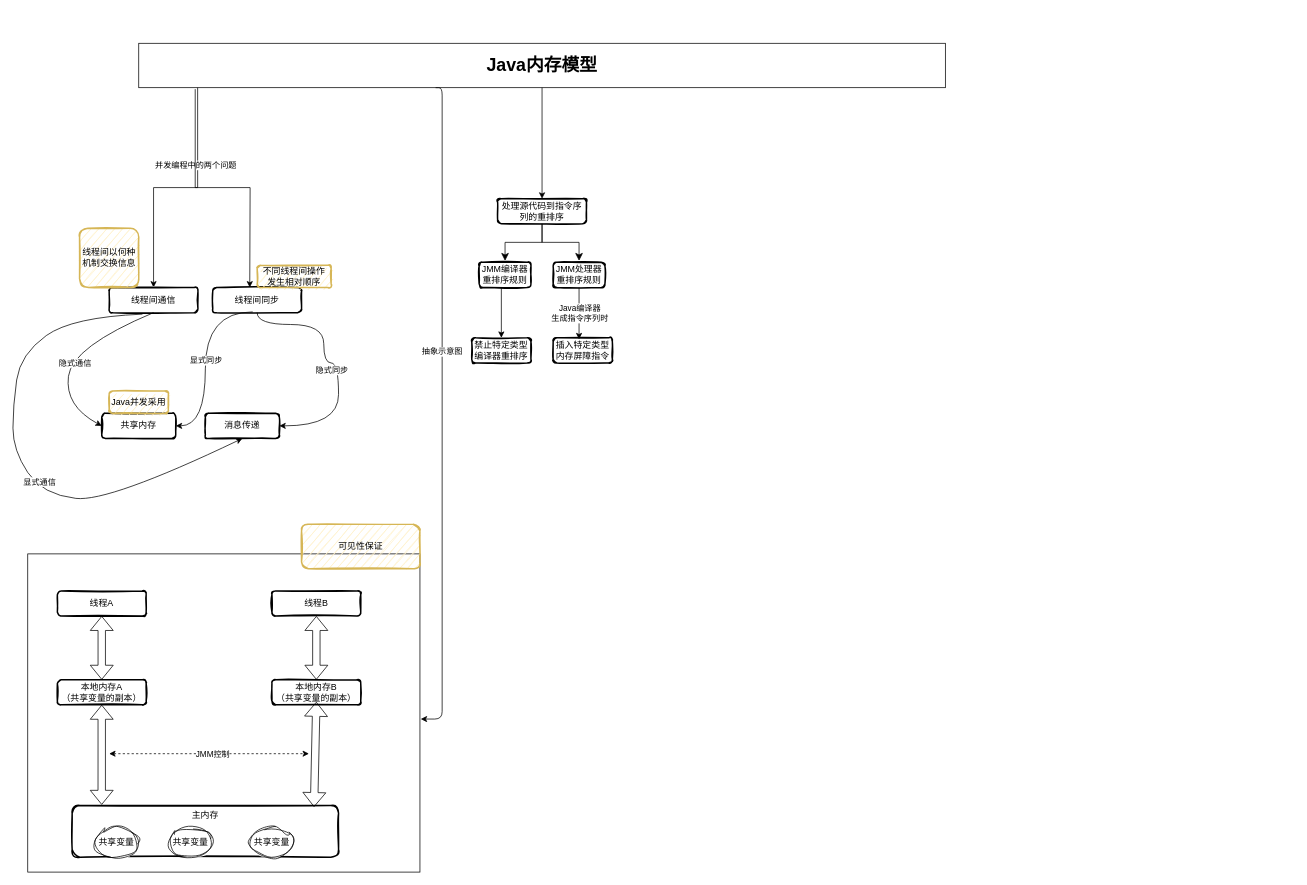
Before: 未命名绘图.drawio in dacchen123/pdf, a draw.io diagram. Source tidied: cells renumbered, new cells numbered last; positions are measured from the earlier drawing's top-left corner, leaving out a move shared by most shapes. Both pictures are drawn from the tidied source at 74%, with x=0, y=0 at pixel (13, 43).
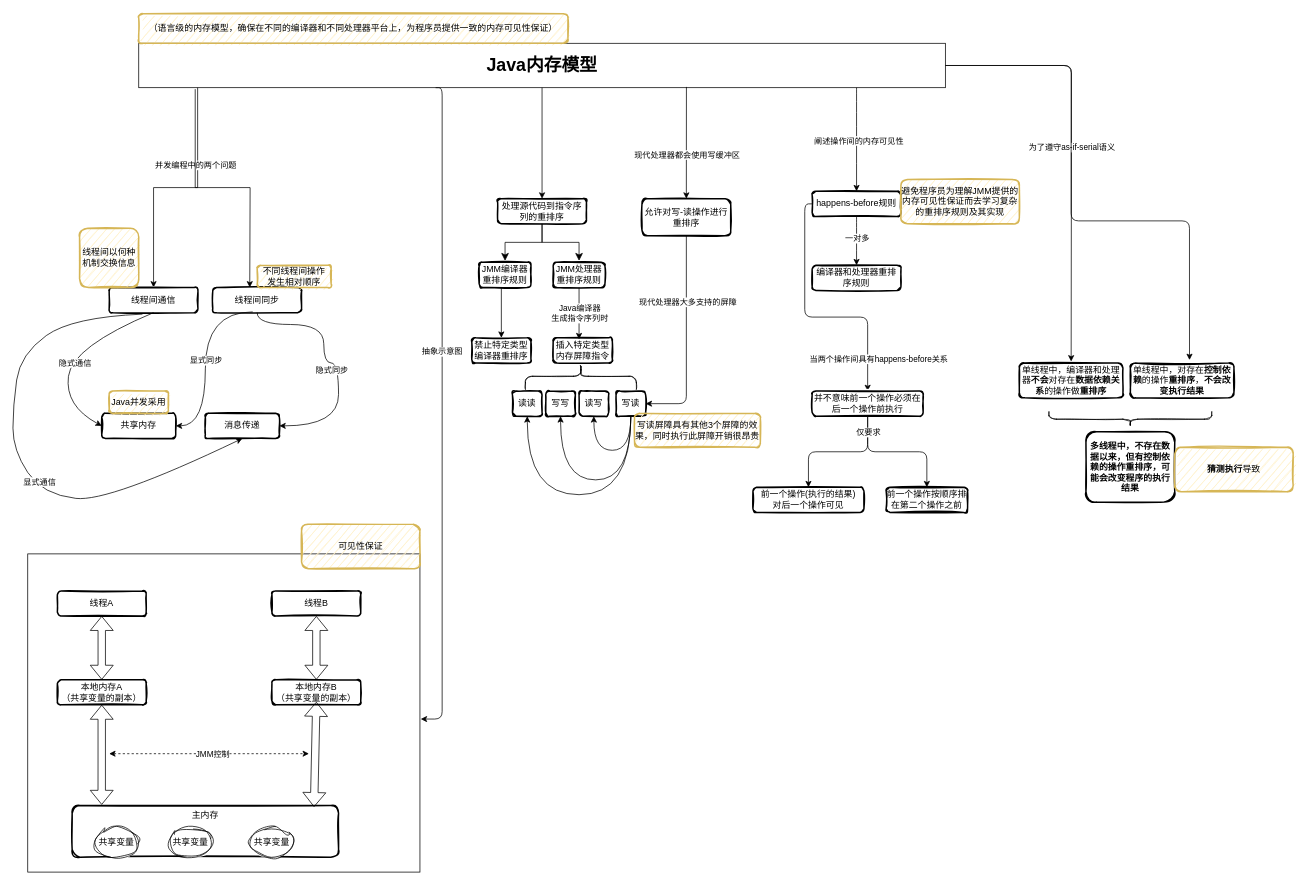
Above is the later version.

Commit message:
顺序一致性模型

Unchanged cells that the change refers to:
```xml
<mxCell id="2" value="&lt;h1&gt;Java内存模型&lt;/h1&gt;" style="rounded=0;whiteSpace=wrap;html=1;" parent="1" vertex="1">
  <mxGeometry x="170" width="1090" height="60" as="geometry" />
</mxCell>
```

What changed in the source:
```diff
@@
+    <mxCell id="50" value="&lt;p style=&quot;border-color: var(--border-color);&quot;&gt;（语言级的内存模型，确保在不同的编译器和不同处理器平台上，为程序员提供一致的内存可见性保证）&lt;/p&gt;" style="whiteSpace=wrap;html=1;rounded=1;sketch=1;fillColor=#fff2cc;strokeColor=#d6b656;strokeWidth=2;" parent="1" vertex="1">
+      <mxGeometry x="170" y="-40" width="580" height="40" as="geometry" />
+    </mxCell>
+    <mxCell id="51" style="endArrow=classic;html=1;exitX=0.679;exitY=0.983;exitDx=0;exitDy=0;exitPerimeter=0;entryX=0.5;entryY=0;entryDx=0;entryDy=0;" parent="1" edge="1" source="2" target="53">
+      <mxGeometry relative="1" as="geometry" />
+    </mxCell>
+    <mxCell id="52" value="现代处理器都会使用写缓冲区" style="edgeLabel;html=1;align=center;verticalAlign=middle;" parent="51" vertex="1">
+      <mxGeometry x="-0.35" y="2" relative="1" as="geometry">
+        <mxPoint x="-2" y="43" as="offset" />
+      </mxGeometry>
+    </mxCell>
+    <mxCell id="53" value="允许对写-读操作进行重排序" style="rounded=1;whiteSpace=wrap;html=1;strokeWidth=2;sketch=1;" parent="1" vertex="1">
+      <mxGeometry x="850" y="210" width="120" height="50" as="geometry" />
+    </mxCell>
+    <mxCell id="54" style="shape=curlyBracket;whiteSpace=wrap;html=1;rounded=1;flipH=1;labelPosition=right;verticalLabelPosition=middle;align=left;verticalAlign=middle;sketch=1;rotation=-90;" parent="1" vertex="1">
+      <mxGeometry x="750" y="375" width="35" height="150" as="geometry" />
+    </mxCell>
+    <mxCell id="55" value="读读" style="rounded=1;whiteSpace=wrap;html=1;strokeWidth=2;sketch=1;" parent="1" vertex="1">
+      <mxGeometry x="675" y="470" width="40" height="34" as="geometry" />
+    </mxCell>
+    <mxCell id="56" value="写写" style="rounded=1;whiteSpace=wrap;html=1;strokeWidth=2;sketch=1;" parent="1" vertex="1">
+      <mxGeometry x="720" y="470" width="40" height="34" as="geometry" />
+    </mxCell>
+    <mxCell id="57" value="读写" style="rounded=1;whiteSpace=wrap;html=1;strokeWidth=2;sketch=1;" parent="1" vertex="1">
+      <mxGeometry x="765" y="470" width="40" height="34" as="geometry" />
+    </mxCell>
+    <mxCell id="58" value="写读" style="rounded=1;whiteSpace=wrap;html=1;strokeWidth=2;sketch=1;" parent="1" vertex="1">
+      <mxGeometry x="815" y="470" width="40" height="34" as="geometry" />
+    </mxCell>
+    <mxCell id="59" style="endArrow=classic;html=1;exitX=0.5;exitY=1;exitDx=0;exitDy=0;edgeStyle=orthogonalEdgeStyle;entryX=1;entryY=0.5;entryDx=0;entryDy=0;" parent="1" edge="1" source="53" target="58">
+      <mxGeometry relative="1" as="geometry" />
+    </mxCell>
+    <mxCell id="60" value="现代处理器大多支持的屏障" style="edgeLabel;html=1;align=center;verticalAlign=middle;" parent="59" vertex="1">
+      <mxGeometry x="-0.37" y="1" relative="1" as="geometry" />
+    </mxCell>
+    <mxCell id="61" style="endArrow=none;html=1;exitX=0.5;exitY=1;exitDx=0;exitDy=0;curved=1;edgeStyle=orthogonalEdgeStyle;entryX=0.5;entryY=1;entryDx=0;entryDy=0;startArrow=classic;startFill=1;endFill=0;" parent="1" edge="1" source="55" target="58">
+      <mxGeometry relative="1" as="geometry">
+        <Array as="points">
+          <mxPoint x="695" y="610" />
+          <mxPoint x="835" y="610" />
+        </Array>
+      </mxGeometry>
+    </mxCell>
+    <mxCell id="62" style="endArrow=none;html=1;exitX=0.5;exitY=1;exitDx=0;exitDy=0;curved=1;edgeStyle=orthogonalEdgeStyle;entryX=0.5;entryY=1;entryDx=0;entryDy=0;startArrow=classic;startFill=1;endFill=0;" parent="1" edge="1" source="56" target="58">
+      <mxGeometry relative="1" as="geometry">
+        <Array as="points">
+          <mxPoint x="740" y="590" />
+          <mxPoint x="835" y="590" />
+        </Array>
+      </mxGeometry>
+    </mxCell>
+    <mxCell id="63" style="endArrow=none;html=1;exitX=0.5;exitY=1;exitDx=0;exitDy=0;curved=1;edgeStyle=orthogonalEdgeStyle;entryX=0.5;entryY=1;entryDx=0;entryDy=0;startArrow=classic;startFill=1;endFill=0;" parent="1" edge="1" source="57" target="58">
+      <mxGeometry relative="1" as="geometry">
+        <Array as="points">
+          <mxPoint x="785" y="550" />
+          <mxPoint x="835" y="550" />
+        </Array>
+      </mxGeometry>
+    </mxCell>
+    <mxCell id="64" value="写读屏障具有其他3个屏障的效果，同时执行此屏障开销很昂贵" style="whiteSpace=wrap;html=1;rounded=1;sketch=1;fillColor=#fff2cc;strokeColor=#d6b656;strokeWidth=2;" parent="1" vertex="1">
+      <mxGeometry x="840" y="500" width="170" height="46" as="geometry" />
+    </mxCell>
+    <mxCell id="65" style="endArrow=classic;html=1;curved=1;entryX=0.5;entryY=0;entryDx=0;entryDy=0;" parent="1" edge="1" target="67">
+      <mxGeometry relative="1" as="geometry">
+        <mxPoint x="1140" y="60" as="sourcePoint" />
+      </mxGeometry>
+    </mxCell>
+    <mxCell id="66" value="阐述操作间的内存可见性" style="edgeLabel;html=1;align=center;verticalAlign=middle;" parent="65" vertex="1">
+      <mxGeometry x="-0.53" relative="1" as="geometry">
+        <mxPoint x="2" y="38" as="offset" />
+      </mxGeometry>
+    </mxCell>
+    <mxCell id="67" value="happens-before规则" style="rounded=1;whiteSpace=wrap;html=1;strokeWidth=2;sketch=1;" parent="1" vertex="1">
+      <mxGeometry x="1080" y="200" width="120" height="34" as="geometry" />
+    </mxCell>
+    <mxCell id="68" value="编译器和处理器重排序规则" style="rounded=1;whiteSpace=wrap;html=1;strokeWidth=2;sketch=1;" parent="1" vertex="1">
+      <mxGeometry x="1080" y="300" width="120" height="34" as="geometry" />
+    </mxCell>
+    <mxCell id="69" style="endArrow=classic;html=1;curved=1;exitX=0.5;exitY=1;exitDx=0;exitDy=0;entryX=0.5;entryY=0;entryDx=0;entryDy=0;" parent="1" edge="1" source="67" target="68">
+      <mxGeometry relative="1" as="geometry" />
+    </mxCell>
+    <mxCell id="70" value="一对多" style="edgeLabel;html=1;align=center;verticalAlign=middle;" parent="69" vertex="1">
+      <mxGeometry x="-0.31" y="-1" relative="1" as="geometry">
+        <mxPoint x="1" y="6" as="offset" />
+      </mxGeometry>
+    </mxCell>
+    <mxCell id="71" value="避免程序员为理解JMM提供的内存可见性保证而去学习复杂的重排序规则及其实现" style="whiteSpace=wrap;html=1;rounded=1;sketch=1;fillColor=#fff2cc;strokeColor=#d6b656;strokeWidth=2;" parent="1" vertex="1">
+      <mxGeometry x="1200" y="184" width="160" height="60" as="geometry" />
+    </mxCell>
+    <mxCell id="72" style="endArrow=classic;html=1;exitX=1;exitY=0.5;exitDx=0;exitDy=0;edgeStyle=orthogonalEdgeStyle;" parent="1" edge="1" source="2">
+      <mxGeometry relative="1" as="geometry">
+        <mxPoint x="1430" y="430" as="targetPoint" />
+      </mxGeometry>
+    </mxCell>
+    <mxCell id="73" value="为了遵守as-if-serial语义" style="edgeLabel;html=1;align=center;verticalAlign=middle;" parent="72" vertex="1">
+      <mxGeometry x="0.03" relative="1" as="geometry">
+        <mxPoint y="-13" as="offset" />
+      </mxGeometry>
+    </mxCell>
+    <mxCell id="74" value="单线程中，编译器和处理器&lt;b&gt;不会&lt;/b&gt;对存在&lt;b&gt;数据依赖关系&lt;/b&gt;的操作做&lt;b&gt;重排序&lt;/b&gt;" style="rounded=1;whiteSpace=wrap;html=1;strokeWidth=2;sketch=1;" parent="1" vertex="1">
+      <mxGeometry x="1360" y="432" width="140" height="47" as="geometry" />
+    </mxCell>
+    <mxCell id="75" style="endArrow=classic;html=1;exitX=0;exitY=0.5;exitDx=0;exitDy=0;edgeStyle=orthogonalEdgeStyle;" parent="1" edge="1" source="67" target="77">
+      <mxGeometry relative="1" as="geometry">
+        <Array as="points">
+          <mxPoint x="1070" y="217" />
+          <mxPoint x="1070" y="370" />
+          <mxPoint x="1155" y="370" />
+        </Array>
+      </mxGeometry>
+    </mxCell>
+    <mxCell id="76" value="当两个操作间具有happens-before关系" style="edgeLabel;html=1;align=center;verticalAlign=middle;" parent="75" vertex="1">
+      <mxGeometry x="0.03" y="-3" relative="1" as="geometry">
+        <mxPoint x="83" y="53" as="offset" />
+      </mxGeometry>
+    </mxCell>
+    <mxCell id="77" value="并不意味前一个操作必须在后一个操作前执行" style="rounded=1;whiteSpace=wrap;html=1;strokeWidth=2;sketch=1;" parent="1" vertex="1">
+      <mxGeometry x="1080" y="470" width="150" height="34" as="geometry" />
+    </mxCell>
+    <mxCell id="78" value="前一个操作(执行的结果)&lt;br&gt;对后一个操作可见" style="rounded=1;whiteSpace=wrap;html=1;strokeWidth=2;sketch=1;" parent="1" vertex="1">
+      <mxGeometry x="1000" y="600" width="150" height="34" as="geometry" />
+    </mxCell>
+    <mxCell id="79" style="endArrow=classic;html=1;exitX=0.5;exitY=1;exitDx=0;exitDy=0;entryX=0.5;entryY=0;entryDx=0;entryDy=0;edgeStyle=orthogonalEdgeStyle;" parent="1" edge="1" source="77" target="78">
+      <mxGeometry relative="1" as="geometry" />
+    </mxCell>
+    <mxCell id="80" value="前一个操作按顺序排在第二个操作之前" style="rounded=1;whiteSpace=wrap;html=1;strokeWidth=2;sketch=1;" parent="1" vertex="1">
+      <mxGeometry x="1180" y="600" width="110" height="34" as="geometry" />
+    </mxCell>
+    <mxCell id="81" style="endArrow=classic;html=1;exitX=0.5;exitY=1;exitDx=0;exitDy=0;entryX=0.5;entryY=0;entryDx=0;entryDy=0;edgeStyle=orthogonalEdgeStyle;" parent="1" edge="1" source="77" target="80">
+      <mxGeometry relative="1" as="geometry" />
+    </mxCell>
+    <mxCell id="82" value="仅要求" style="edgeLabel;html=1;align=center;verticalAlign=middle;" parent="81" vertex="1">
+      <mxGeometry x="0.2" y="1" relative="1" as="geometry">
+        <mxPoint x="-58" y="-26" as="offset" />
+      </mxGeometry>
+    </mxCell>
+    <mxCell id="83" style="endArrow=classic;html=1;exitX=1;exitY=0.5;exitDx=0;exitDy=0;edgeStyle=orthogonalEdgeStyle;entryX=0.571;entryY=-0.085;entryDx=0;entryDy=0;entryPerimeter=0;" parent="1" edge="1" source="2" target="84">
+      <mxGeometry relative="1" as="geometry">
+        <Array as="points">
+          <mxPoint x="1430" y="30" />
+          <mxPoint x="1430" y="240" />
+          <mxPoint x="1590" y="240" />
+        </Array>
+      </mxGeometry>
+    </mxCell>
+    <mxCell id="84" value="单线程中，对存在&lt;b&gt;控制依赖&lt;/b&gt;的操作&lt;b&gt;重排序&lt;/b&gt;，&lt;b&gt;不会改变执行结果&lt;/b&gt;" style="rounded=1;whiteSpace=wrap;html=1;strokeWidth=2;sketch=1;" parent="1" vertex="1">
+      <mxGeometry x="1510" y="432" width="140" height="47" as="geometry" />
+    </mxCell>
+    <mxCell id="85" style="shape=curlyBracket;whiteSpace=wrap;html=1;rounded=1;flipH=1;labelPosition=right;verticalLabelPosition=middle;align=left;verticalAlign=middle;sketch=1;rotation=90;" parent="1" vertex="1">
+      <mxGeometry x="1500" y="398" width="20" height="220" as="geometry" />
+    </mxCell>
+    <mxCell id="86" value="&lt;b&gt;多线程中，不存在数据以来，但有控制依赖的操作重排序，可能会改变程序的执行结果&lt;/b&gt;" style="rounded=1;whiteSpace=wrap;html=1;strokeWidth=2;sketch=1;" parent="1" vertex="1">
+      <mxGeometry x="1450" y="525" width="120" height="95" as="geometry" />
+    </mxCell>
+    <mxCell id="87" value="&lt;b&gt;猜测执行&lt;/b&gt;导致" style="whiteSpace=wrap;html=1;rounded=1;sketch=1;fillColor=#fff2cc;strokeColor=#d6b656;strokeWidth=2;" parent="1" vertex="1">
+      <mxGeometry x="1570" y="546" width="160" height="60" as="geometry" />
+    </mxCell>
```
